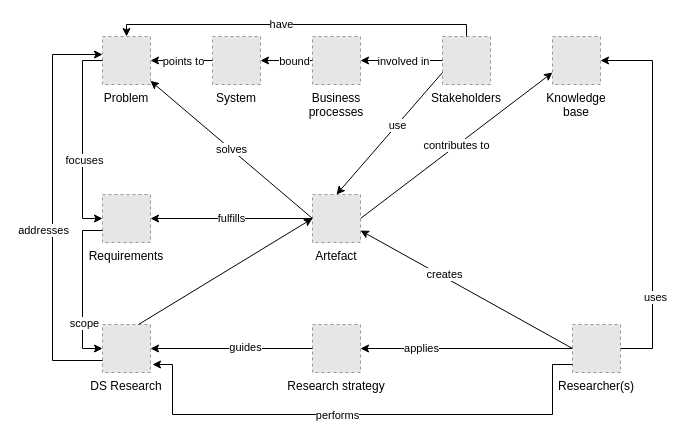
Before: alphas diagram.drawio in MarinaZubova1/OMG-Essence-diagrams-for-academic-research, a draw.io diagram. Source tidied: cells renumbered, new cells numbered last; positions are measured from the earlier drawing's top-left corner, leaving out a move shared by most shapes. Both pictures are drawn from the tidied source at 100%, with x=0, y=0 at pixel (52, 24). Pictures stored in the file or linked from it are replaced by grey dashed boxes.
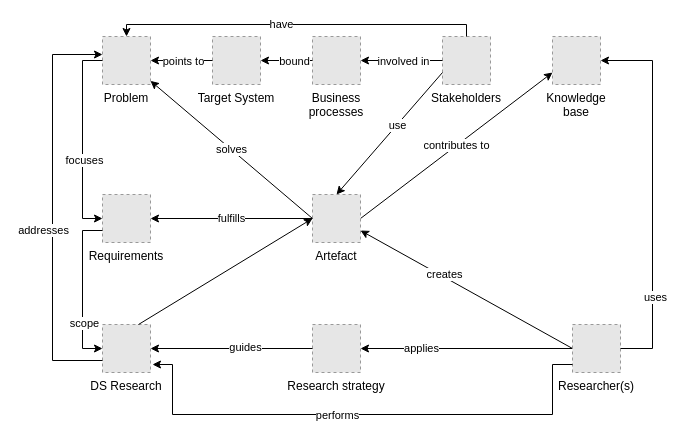
The same diagram, later.

What changed in the source:
```diff
@@
-    <mxCell id="4" value="System" style="fillColor=#E6E6E6;strokeColor=#999999;dashed=1;verticalLabelPosition=bottom;verticalAlign=top;" parent="1" vertex="1">
+    <mxCell id="4" value="Target System" style="fillColor=#E6E6E6;strokeColor=#999999;dashed=1;verticalLabelPosition=bottom;verticalAlign=top;" parent="1" vertex="1">
       <mxGeometry x="160" y="12" width="48" height="48" as="geometry" />
     </mxCell>
```
